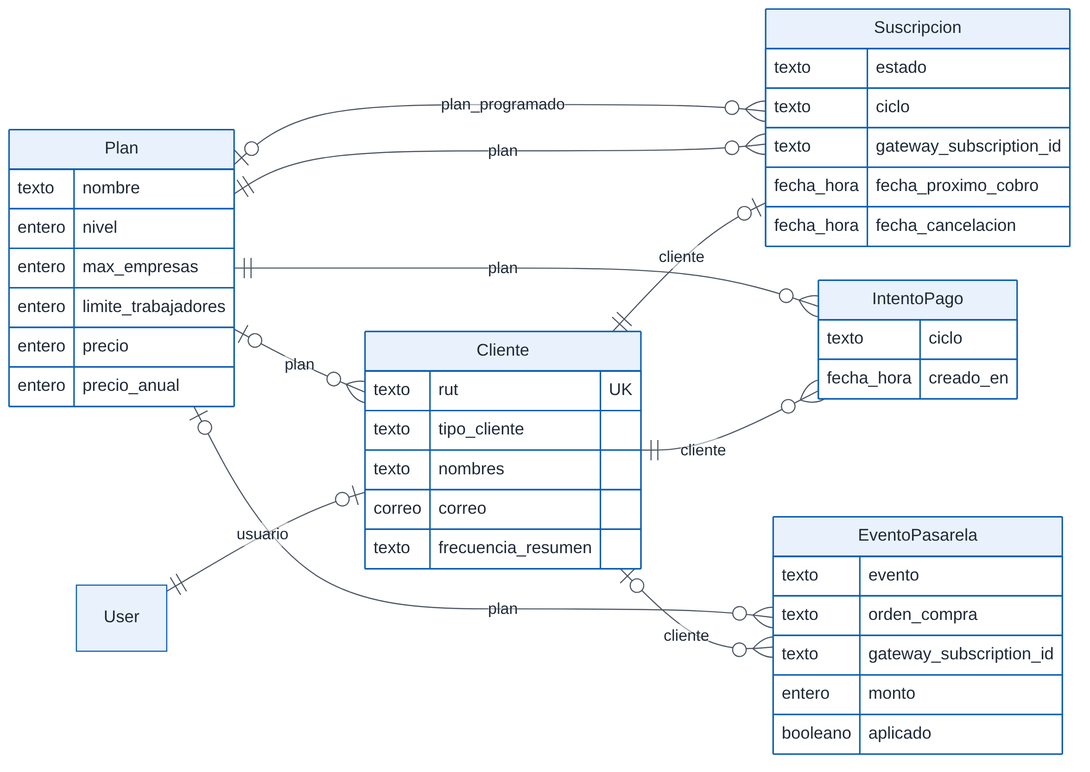
This is docs/tecnico/figuras/06-er-cuentas.png from FehuDeveloperTeam/jornada40-saas, a Mermaid export, as it was before one commit. Its source is kept beside it as docs/tecnico/figuras/06-er-cuentas.mmd. The source it was exported from:
```mermaid
erDiagram
  direction LR
  User ||--o| Cliente : "usuario"
  Plan |o--o{ Cliente : "plan"
  Cliente ||--o| Suscripcion : "cliente"
  Plan ||--o{ Suscripcion : "plan"
  Plan |o--o{ Suscripcion : "plan_programado"
  Cliente ||--o{ IntentoPago : "cliente"
  Plan ||--o{ IntentoPago : "plan"
  Cliente |o--o{ EventoPasarela : "cliente"
  Plan |o--o{ EventoPasarela : "plan"
  Plan {
    texto nombre
    entero nivel
    entero max_empresas
    entero limite_trabajadores
    entero precio
    entero precio_anual
  }
  Cliente {
    texto rut UK
    texto tipo_cliente
    texto nombres
    correo correo
    texto frecuencia_resumen
  }
  Suscripcion {
    texto estado
    texto ciclo
    texto gateway_subscription_id
    fecha_hora fecha_proximo_cobro
    fecha_hora fecha_cancelacion
  }
  IntentoPago {
    texto ciclo
    fecha_hora creado_en
  }
  EventoPasarela {
    texto evento
    texto orden_compra
    texto gateway_subscription_id
    entero monto
    booleano aplicado
  }
```
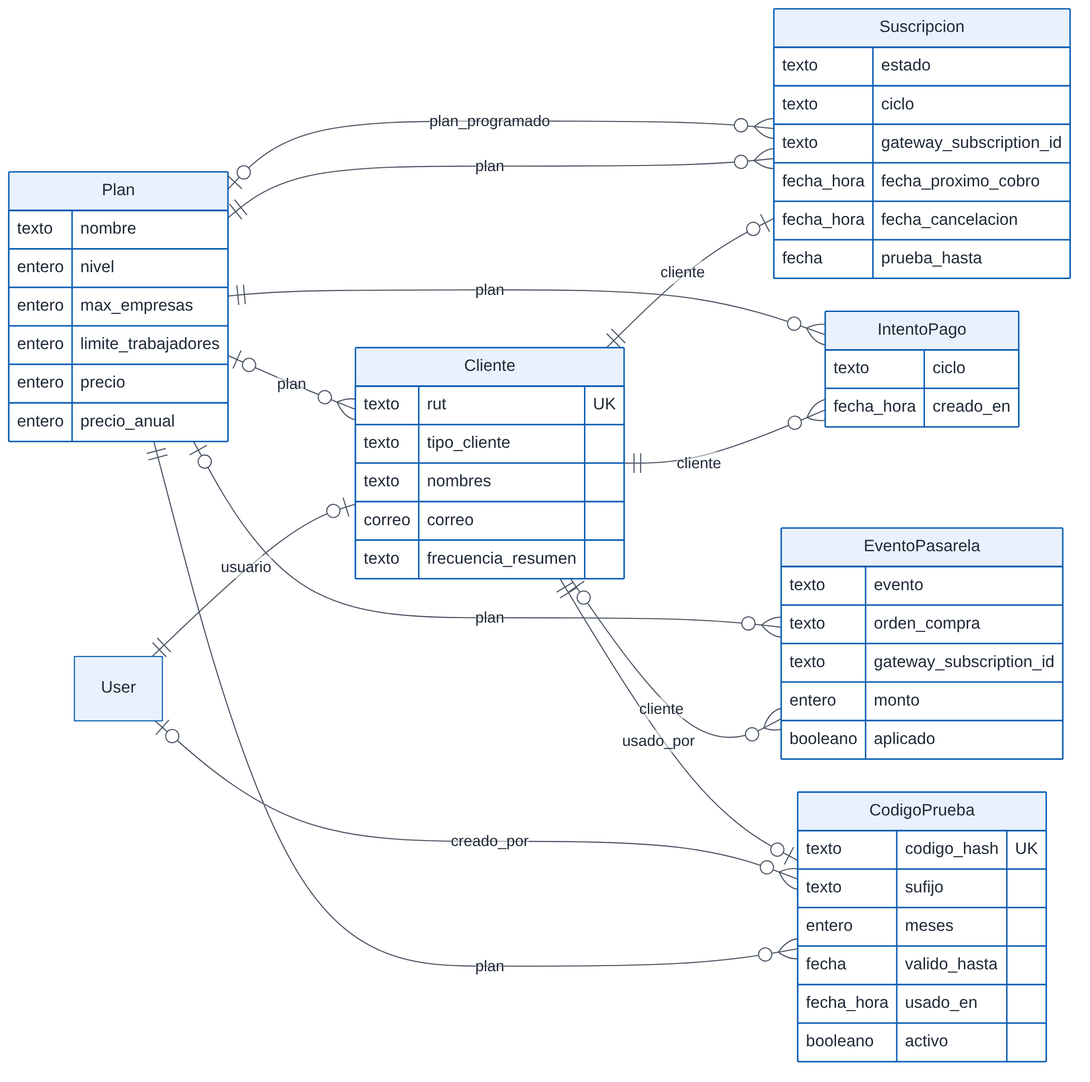
Above is the later version.

Change to the diagram source:
```diff
@@ -9,6 +9,9 @@
   Plan ||--o{ IntentoPago : "plan"
   Cliente |o--o{ EventoPasarela : "cliente"
   Plan |o--o{ EventoPasarela : "plan"
+  Plan ||--o{ CodigoPrueba : "plan"
+  User |o--o{ CodigoPrueba : "creado_por"
+  Cliente ||--o| CodigoPrueba : "usado_por"
   Plan {
     texto nombre
     entero nivel
@@ -30,6 +33,7 @@
     texto gateway_subscription_id
     fecha_hora fecha_proximo_cobro
     fecha_hora fecha_cancelacion
+    fecha prueba_hasta
   }
   IntentoPago {
     texto ciclo
@@ -42,3 +46,11 @@
     entero monto
     booleano aplicado
   }
+  CodigoPrueba {
+    texto codigo_hash UK
+    texto sufijo
+    entero meses
+    fecha valido_hasta
+    fecha_hora usado_en
+    booleano activo
+  }
```
